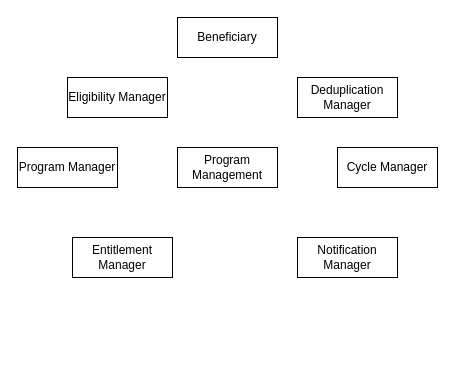
Earlier version of the draw.io diagram .gitbook/assets/program-management-entity-relationships.drawio (OpenG2P/openg2p-documentation). Source tidied: cells renumbered, new cells numbered last; positions are measured from the earlier drawing's top-left corner, leaving out a move shared by most shapes. Both pictures are drawn from the tidied source at 100%, with x=0, y=0 at pixel (17, 17).
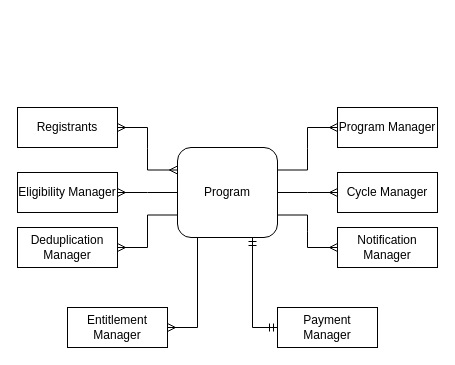
The same page after the edit.

Change to the diagram source:
```diff
@@
+    <mxCell id="10" style="edgeStyle=orthogonalEdgeStyle;rounded=0;jettySize=auto;html=1;exitX=0.75;exitY=1;exitDx=0;exitDy=0;entryX=0;entryY=0.5;entryDx=0;entryDy=0;startArrow=ERmandOne;startFill=0;endArrow=ERmandOne;endFill=0;" parent="1" edge="1" source="2" target="17">
+      <mxGeometry relative="1" as="geometry" />
+    </mxCell>
-    <mxCell id="2" value="Program Management" style="whiteSpace=wrap;html=1;align=center;" parent="1" vertex="1">
-      <mxGeometry x="160" y="130" width="100" height="40" as="geometry" />
+    <mxCell id="2" value="Program" style="whiteSpace=wrap;html=1;align=center;rounded=1;" parent="1" vertex="1">
+      <mxGeometry x="160" y="130" width="100" height="90" as="geometry" />
     </mxCell>
-    <mxCell id="3" value="Beneficiary" style="whiteSpace=wrap;html=1;align=center;" parent="1" vertex="1">
-      <mxGeometry x="160" width="100" height="40" as="geometry" />
+    <mxCell id="3" value="Registrants" style="whiteSpace=wrap;html=1;align=center;" parent="1" vertex="1">
+      <mxGeometry y="90" width="100" height="40" as="geometry" />
     </mxCell>
     <mxCell id="4" value="Eligibility Manager" style="whiteSpace=wrap;html=1;align=center;" parent="1" vertex="1">
-      <mxGeometry x="50" y="60" width="100" height="40" as="geometry" />
+      <mxGeometry y="155" width="100" height="40" as="geometry" />
     </mxCell>
     <mxCell id="5" value="Deduplication Manager" style="whiteSpace=wrap;html=1;align=center;" parent="1" vertex="1">
-      <mxGeometry x="280" y="60" width="100" height="40" as="geometry" />
+      <mxGeometry y="210" width="100" height="40" as="geometry" />
     </mxCell>
     <mxCell id="6" value="Cycle Manager" style="whiteSpace=wrap;html=1;align=center;" parent="1" vertex="1">
-      <mxGeometry x="320" y="130" width="100" height="40" as="geometry" />
+      <mxGeometry x="320" y="155" width="100" height="40" as="geometry" />
     </mxCell>
     <mxCell id="7" value="Program Manager" style="whiteSpace=wrap;html=1;align=center;" parent="1" vertex="1">
-      <mxGeometry y="130" width="100" height="40" as="geometry" />
+      <mxGeometry x="320" y="90" width="100" height="40" as="geometry" />
     </mxCell>
     <mxCell id="8" value="Entitlement Manager" style="whiteSpace=wrap;html=1;align=center;" parent="1" vertex="1">
-      <mxGeometry x="55" y="220" width="100" height="40" as="geometry" />
+      <mxGeometry x="50" y="290" width="100" height="40" as="geometry" />
     </mxCell>
     <mxCell id="9" value="Notification Manager" style="whiteSpace=wrap;html=1;align=center;" parent="1" vertex="1">
-      <mxGeometry x="280" y="220" width="100" height="40" as="geometry" />
+      <mxGeometry x="320" y="210" width="100" height="40" as="geometry" />
     </mxCell>
+    <mxCell id="11" style="edgeStyle=entityRelationEdgeStyle;fontSize=12;html=1;endArrow=ERmany;startArrow=ERmany;rounded=0;entryX=0;entryY=0.25;entryDx=0;entryDy=0;exitX=1;exitY=0.5;exitDx=0;exitDy=0;" parent="1" edge="1" source="3" target="2">
+      <mxGeometry relative="1" as="geometry" />
+    </mxCell>
+    <mxCell id="12" style="edgeStyle=entityRelationEdgeStyle;fontSize=12;html=1;endArrow=ERmany;rounded=0;entryX=1;entryY=0.5;entryDx=0;entryDy=0;exitX=0;exitY=0.5;exitDx=0;exitDy=0;" parent="1" edge="1" source="2" target="4">
+      <mxGeometry relative="1" as="geometry" />
+    </mxCell>
+    <mxCell id="13" style="edgeStyle=entityRelationEdgeStyle;fontSize=12;html=1;endArrow=ERmany;rounded=0;entryX=1;entryY=0.5;entryDx=0;entryDy=0;exitX=0;exitY=0.75;exitDx=0;exitDy=0;" parent="1" edge="1" source="2" target="5">
+      <mxGeometry relative="1" as="geometry" />
+    </mxCell>
+    <mxCell id="14" style="edgeStyle=entityRelationEdgeStyle;fontSize=12;html=1;endArrow=ERmany;rounded=0;exitX=1;exitY=0.25;exitDx=0;exitDy=0;entryX=0;entryY=0.5;entryDx=0;entryDy=0;" parent="1" edge="1" source="2" target="7">
+      <mxGeometry relative="1" as="geometry">
+        <Array as="points">
+          <mxPoint x="310" y="130" />
+        </Array>
+      </mxGeometry>
+    </mxCell>
+    <mxCell id="15" style="edgeStyle=entityRelationEdgeStyle;fontSize=12;html=1;endArrow=ERmany;rounded=0;exitX=1;exitY=0.5;exitDx=0;exitDy=0;entryX=0;entryY=0.5;entryDx=0;entryDy=0;" parent="1" edge="1" source="2" target="6">
+      <mxGeometry relative="1" as="geometry" />
+    </mxCell>
+    <mxCell id="16" style="edgeStyle=entityRelationEdgeStyle;fontSize=12;html=1;endArrow=ERmany;rounded=0;exitX=1;exitY=0.75;exitDx=0;exitDy=0;entryX=0;entryY=0.5;entryDx=0;entryDy=0;" parent="1" edge="1" source="2" target="9">
+      <mxGeometry relative="1" as="geometry" />
+    </mxCell>
+    <mxCell id="17" value="Payment Manager" style="whiteSpace=wrap;html=1;align=center;" parent="1" vertex="1">
+      <mxGeometry x="260" y="290" width="100" height="40" as="geometry" />
+    </mxCell>
+    <mxCell id="18" style="edgeStyle=entityRelationEdgeStyle;fontSize=12;html=1;endArrow=ERmany;rounded=0;exitX=0.5;exitY=1;exitDx=0;exitDy=0;entryX=1;entryY=0.5;entryDx=0;entryDy=0;" parent="1" edge="1" source="2" target="8">
+      <mxGeometry relative="1" as="geometry">
+        <Array as="points">
+          <mxPoint x="170" y="240" />
+        </Array>
+      </mxGeometry>
+    </mxCell>
```
